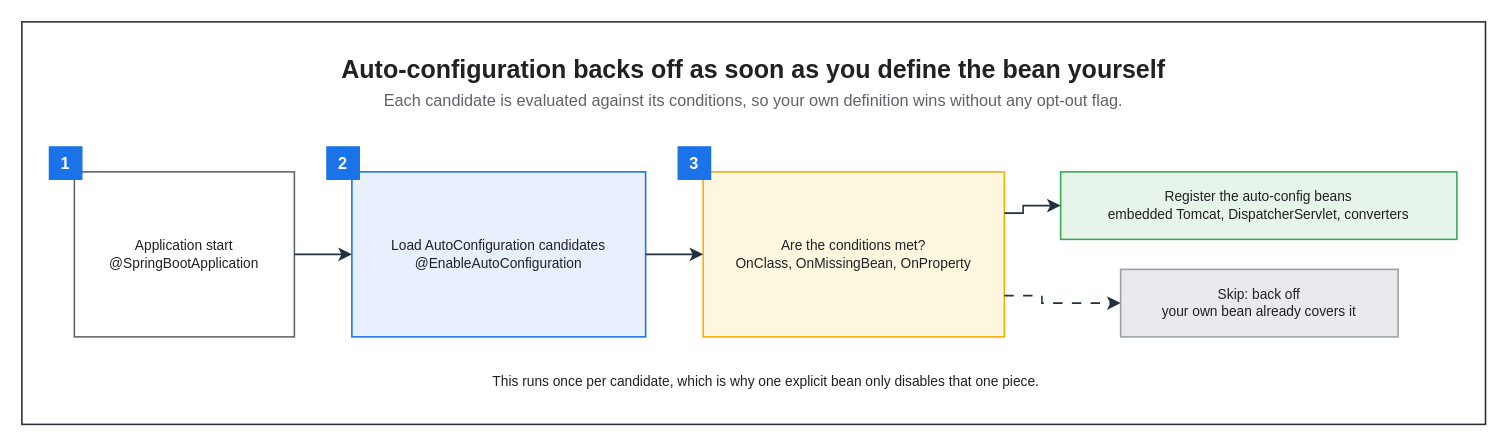
This is assets/img/spring/spring-07-autoconfiguration-flow.drawio from KKamJi98/kkamji98.github.io, a draw.io file, before an edit. Source tidied: cells renumbered, new cells numbered last; positions are measured from the earlier drawing's top-left corner, leaving out a move shared by most shapes. Both pictures are drawn from the tidied source at 125%, with x=0, y=0 at pixel (21, 21).
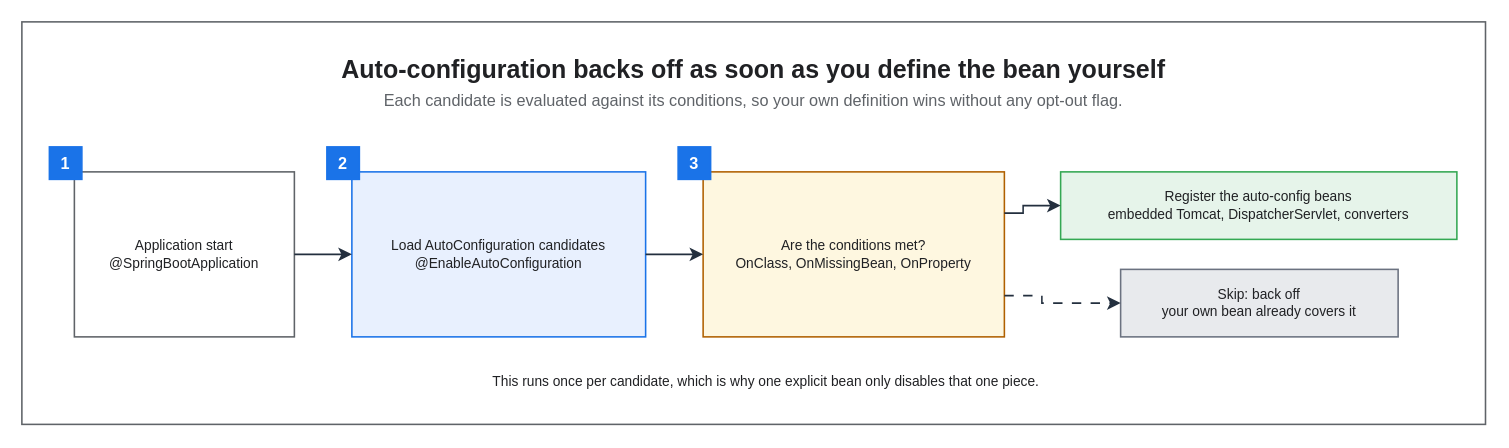
Above is the later version.

Change to the diagram source:
```diff
@@
-    <mxCell id="2" style="rounded=0;html=0;fillColor=none;strokeColor=#232F3E;fontColor=#202124;strokeWidth=1.25;" parent="1" vertex="1">
+    <mxCell id="2" style="rounded=0;html=0;fillColor=none;strokeColor=#5F6368;fontColor=#202124;strokeWidth=1.25;" parent="1" vertex="1">
       <mxGeometry width="1170.9" height="322" as="geometry" />
     </mxCell>
@@
-    <mxCell id="7" value="Are the conditions met?&#10;OnClass, OnMissingBean, OnProperty" style="rounded=0;whiteSpace=wrap;html=0;fillColor=#FEF7E0;strokeColor=#F9AB00;fontColor=#202124;fontSize=11;fontStyle=0;align=center;verticalAlign=middle;spacingLeft=6;spacingRight=6;strokeWidth=1.25;" parent="1" vertex="1">
+    <mxCell id="7" value="Are the conditions met?&#10;OnClass, OnMissingBean, OnProperty" style="rounded=0;whiteSpace=wrap;html=0;fillColor=#FEF7E0;strokeColor=#B06000;fontColor=#202124;fontSize=11;fontStyle=0;align=center;verticalAlign=middle;spacingLeft=6;spacingRight=6;strokeWidth=1.25;" parent="1" vertex="1">
       <mxGeometry x="545" y="120" width="241" height="132" as="geometry" />
     </mxCell>
@@
-    <mxCell id="9" value="Skip: back off&#10;your own bean already covers it" style="rounded=0;whiteSpace=wrap;html=0;fillColor=#E8EAED;strokeColor=#9AA0A6;fontColor=#202124;fontSize=11;fontStyle=0;align=center;verticalAlign=middle;spacingLeft=6;spacingRight=6;strokeWidth=1.25;" parent="1" vertex="1">
+    <mxCell id="9" value="Skip: back off&#10;your own bean already covers it" style="rounded=0;whiteSpace=wrap;html=0;fillColor=#E8EAED;strokeColor=#6B7280;fontColor=#202124;fontSize=11;fontStyle=0;align=center;verticalAlign=middle;spacingLeft=6;spacingRight=6;strokeWidth=1.25;" parent="1" vertex="1">
       <mxGeometry x="879" y="198" width="222" height="54" as="geometry" />
     </mxCell>
@@
-    <mxCell id="11" value="1" style="rounded=0;whiteSpace=wrap;html=0;fillColor=#1A73E8;strokeColor=#1A73E8;fontColor=#FFFFFF;fontSize=13;fontStyle=1;align=center;verticalAlign=middle;" parent="1" vertex="1">
+    <mxCell id="11" value="1" style="rounded=0;whiteSpace=wrap;html=0;fillColor=#1A73E8;strokeColor=#1A73E8;fontColor=#FFFFFF;fontSize=13;fontStyle=1;align=center;verticalAlign=middle;strokeWidth=1.25;" parent="1" vertex="1">
       <mxGeometry x="22" y="100" width="26" height="26" as="geometry" />
     </mxCell>
-    <mxCell id="12" value="2" style="rounded=0;whiteSpace=wrap;html=0;fillColor=#1A73E8;strokeColor=#1A73E8;fontColor=#FFFFFF;fontSize=13;fontStyle=1;align=center;verticalAlign=middle;" parent="1" vertex="1">
+    <mxCell id="12" value="2" style="rounded=0;whiteSpace=wrap;html=0;fillColor=#1A73E8;strokeColor=#1A73E8;fontColor=#FFFFFF;fontSize=13;fontStyle=1;align=center;verticalAlign=middle;strokeWidth=1.25;" parent="1" vertex="1">
       <mxGeometry x="244" y="100" width="26" height="26" as="geometry" />
     </mxCell>
-    <mxCell id="13" value="3" style="rounded=0;whiteSpace=wrap;html=0;fillColor=#1A73E8;strokeColor=#1A73E8;fontColor=#FFFFFF;fontSize=13;fontStyle=1;align=center;verticalAlign=middle;" parent="1" vertex="1">
+    <mxCell id="13" value="3" style="rounded=0;whiteSpace=wrap;html=0;fillColor=#1A73E8;strokeColor=#1A73E8;fontColor=#FFFFFF;fontSize=13;fontStyle=1;align=center;verticalAlign=middle;strokeWidth=1.25;" parent="1" vertex="1">
       <mxGeometry x="525" y="100" width="26" height="26" as="geometry" />
     </mxCell>
```
